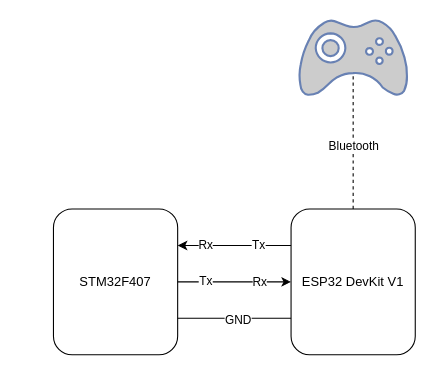
Before: RemoteBalacingRobot.drawio in tefilus/draw.io, a draw.io diagram. Source tidied: cells renumbered, new cells numbered last; positions are measured from the earlier drawing's top-left corner, leaving out a move shared by most shapes. Both pictures are drawn from the tidied source at 108%, with x=0, y=0 at pixel (53, 19).
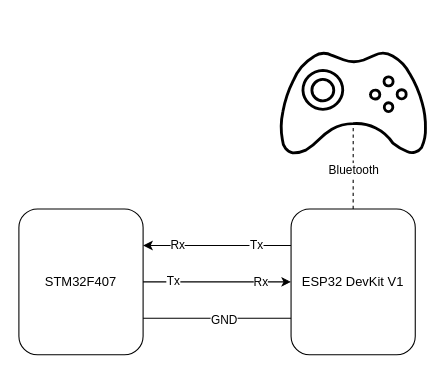
The same diagram, later.

What changed in the source:
```diff
@@
 <mxGraphModel>
   <root>
     <mxCell id="0" />
     <mxCell id="1" parent="0" />
     <mxCell id="2" value="STM32F407" style="rounded=1;whiteSpace=wrap;html=1;rotation=0;" parent="1" vertex="1">
-      <mxGeometry y="175" width="115" height="135" as="geometry" />
+      <mxGeometry x="-32" y="175" width="115" height="135" as="geometry" />
     </mxCell>
-    <mxCell id="3" value="ESP32 DevKit V1" style="rounded=1;whiteSpace=wrap;html=1;rotation=0;" parent="1" vertex="1">
-      <mxGeometry x="220" y="175" width="115" height="135" as="geometry" />
-    </mxCell>
     <mxCell id="4" style="endArrow=classic;html=1;rounded=0;exitX=0;exitY=0.25;exitDx=0;exitDy=0;entryX=1;entryY=0.25;entryDx=0;entryDy=0;" parent="1" edge="1" source="3" target="2">
       <mxGeometry relative="1" as="geometry" />
     </mxCell>
     <mxCell id="5" value="Tx" style="edgeLabel;html=1;align=center;verticalAlign=middle;" parent="4" vertex="1">
       <mxGeometry x="-0.72" relative="1" as="geometry">
-        <mxPoint x="-16" as="offset" />
+        <mxPoint x="-14" as="offset" />
       </mxGeometry>
     </mxCell>
     <mxCell id="6" value="Rx" style="edgeLabel;html=1;align=center;verticalAlign=middle;" parent="4" vertex="1">
       <mxGeometry x="0.67" relative="1" as="geometry">
         <mxPoint x="8" as="offset" />
       </mxGeometry>
     </mxCell>
+    <mxCell id="3" value="ESP32 DevKit V1" style="rounded=1;whiteSpace=wrap;html=1;rotation=0;" parent="1" vertex="1">
+      <mxGeometry x="220" y="175" width="115" height="135" as="geometry" />
+    </mxCell>
     <mxCell id="7" style="endArrow=classic;html=1;rounded=0;exitX=1;exitY=0.5;exitDx=0;exitDy=0;entryX=0;entryY=0.5;entryDx=0;entryDy=0;" parent="1" edge="1" source="2" target="3">
       <mxGeometry relative="1" as="geometry" />
     </mxCell>
     <mxCell id="8" value="Rx" style="edgeLabel;html=1;align=center;verticalAlign=middle;" parent="7" vertex="1">
       <mxGeometry x="0.68" relative="1" as="geometry">
-        <mxPoint x="-13" as="offset" />
+        <mxPoint x="-7" as="offset" />
       </mxGeometry>
     </mxCell>
     <mxCell id="9" value="Tx" style="edgeLabel;html=1;align=center;verticalAlign=middle;" parent="7" vertex="1">
       <mxGeometry x="-0.88" y="1" relative="1" as="geometry">
         <mxPoint x="19" as="offset" />
       </mxGeometry>
     </mxCell>
     <mxCell id="10" style="endArrow=none;html=1;rounded=0;exitX=1;exitY=0.75;exitDx=0;exitDy=0;entryX=0;entryY=0.75;entryDx=0;entryDy=0;" parent="1" edge="1" source="2" target="3">
       <mxGeometry relative="1" as="geometry" />
     </mxCell>
     <mxCell id="11" value="GND" style="edgeLabel;html=1;align=center;verticalAlign=middle;" parent="10" vertex="1">
       <mxGeometry x="-0.15" y="-1" relative="1" as="geometry">
-        <mxPoint x="10" as="offset" />
+        <mxPoint x="16" as="offset" />
       </mxGeometry>
     </mxCell>
-    <mxCell id="12" style="fontColor=#0066CC;verticalAlign=top;verticalLabelPosition=bottom;labelPosition=center;align=center;html=1;outlineConnect=0;fillColor=#CCCCCC;strokeColor=#6881B3;gradientColor=none;gradientDirection=north;strokeWidth=2;shape=mxgraph.networks.gamepad;" parent="1" vertex="1">
-      <mxGeometry x="227.5" width="100" height="70" as="geometry" />
+    <mxCell id="12" style="fontColor=#0066CC;verticalAlign=top;verticalLabelPosition=bottom;labelPosition=center;align=center;html=1;outlineConnect=0;fillColor=#FFFFFF;strokeColor=#000000;gradientColor=none;gradientDirection=north;strokeWidth=2;shape=mxgraph.networks.gamepad;" parent="1" vertex="1">
+      <mxGeometry x="210.4" y="30" width="134.3" height="94" as="geometry" />
     </mxCell>
     <mxCell id="13" style="endArrow=none;dashed=1;html=1;rounded=0;entryX=0.5;entryY=0.7;entryDx=0;entryDy=0;entryPerimeter=0;exitX=0.5;exitY=0;exitDx=0;exitDy=0;" parent="1" edge="1" source="3" target="12">
       <mxGeometry relative="1" as="geometry" />
     </mxCell>
     <mxCell id="14" value="Bluetooth" style="edgeLabel;html=1;align=center;verticalAlign=middle;" parent="13" vertex="1">
       <mxGeometry x="-0.07" relative="1" as="geometry" />
     </mxCell>
   </root>
 </mxGraphModel>
```
